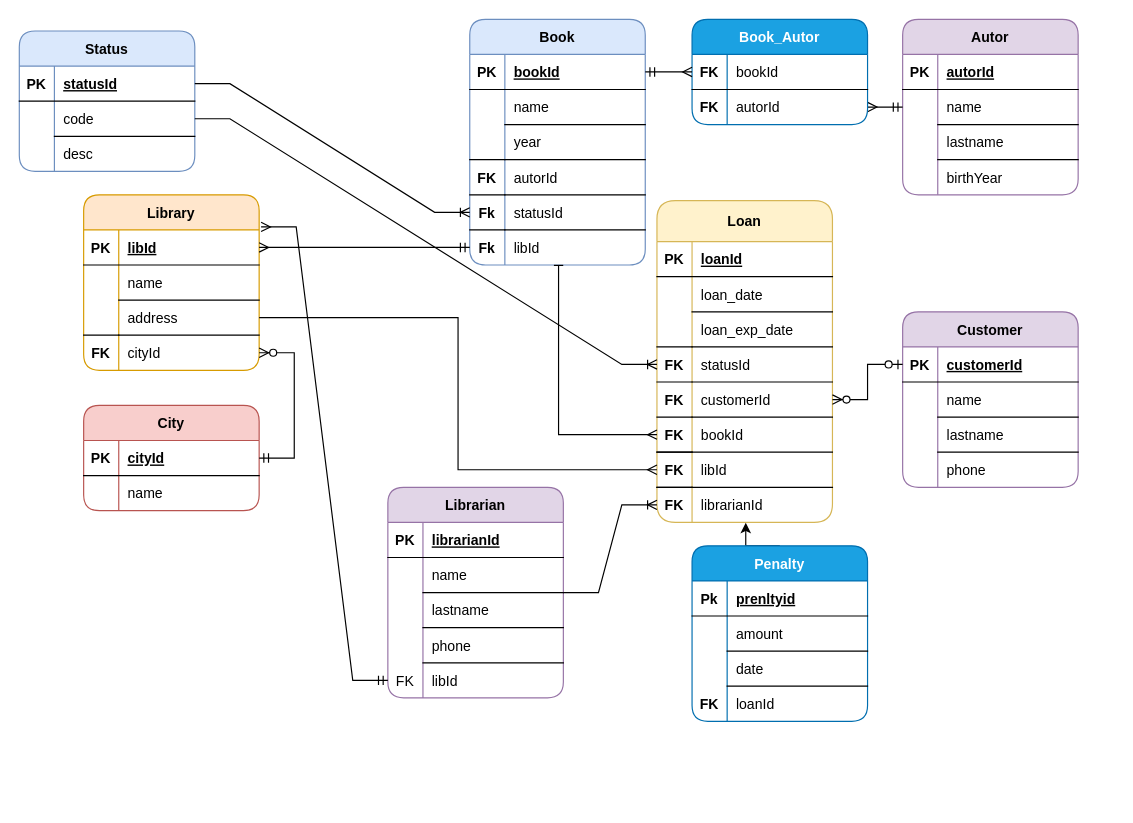
This is Диаграмма без названия.drawio from yakovenkoOV/TestDiagram, a draw.io file, before an edit. Source tidied: cells renumbered, new cells numbered last; positions are measured from the earlier drawing's top-left corner, leaving out a move shared by most shapes. Both pictures are drawn from the tidied source at 117%, with x=0, y=0 at pixel (19, 19).
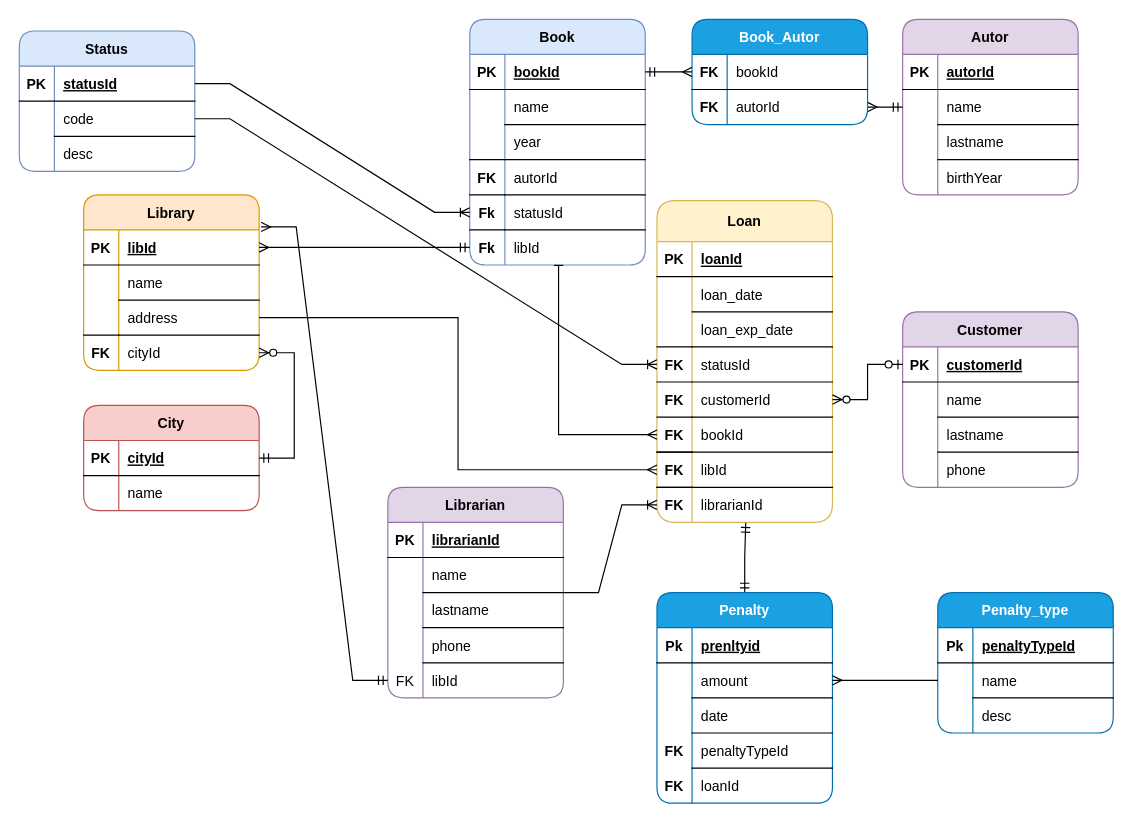
The same page after the edit.

Unchanged cells that the change refers to:
```xml
<mxCell id="128" style="shape=partialRectangle;fillColor=none;points=[[0,0.5],[1,0.5]];portConstraint=eastwest;top=0;left=0;right=0;bottom=0;" parent="106" vertex="1">
  <mxGeometry y="245" width="150" height="30" as="geometry" />
</mxCell>
<mxCell id="140" style="shape=partialRectangle;fillColor=none;points=[[0,0.5],[1,0.5]];portConstraint=eastwest;top=0;left=0;right=0;bottom=0;" parent="136" vertex="1">
  <mxGeometry y="60" width="150" height="30" as="geometry" />
</mxCell>
```

Change to the diagram source:
```diff
@@
-    <mxCell id="135" style="edgeStyle=orthogonalEdgeStyle;rounded=0;jettySize=auto;html=1;exitX=0.5;exitY=0;exitDx=0;exitDy=0;entryX=0.506;entryY=1.011;entryDx=0;entryDy=0;entryPerimeter=0;" parent="1" edge="1" source="136" target="128">
+    <mxCell id="135" style="edgeStyle=orthogonalEdgeStyle;rounded=0;jettySize=auto;html=1;exitX=0.5;exitY=0;exitDx=0;exitDy=0;entryX=0.506;entryY=1.011;entryDx=0;entryDy=0;entryPerimeter=0;endArrow=ERmandOne;endFill=0;startArrow=ERmandOne;startFill=0;" parent="1" edge="1" source="136" target="128">
       <mxGeometry relative="1" as="geometry" />
     </mxCell>
     <mxCell id="136" value="Penalty" style="shape=table;startSize=30;childLayout=tableLayout;rowLines=0;fontStyle=1;align=center;fillColor=#1ba1e2;strokeColor=#006EAF;rounded=1;fontColor=#ffffff;" parent="1" vertex="1">
-      <mxGeometry x="575" y="450" width="150" height="150" as="geometry" />
+      <mxGeometry x="545" y="490" width="150" height="180" as="geometry" />
     </mxCell>
@@
+    <mxCell id="150" style="shape=partialRectangle;fillColor=none;top=0;left=0;right=0;bottom=0;" parent="136" vertex="1">
+      <mxGeometry y="120" width="150" height="30" as="geometry" />
+    </mxCell>
+    <mxCell id="151" value="FK" style="shape=partialRectangle;overflow=hidden;fillColor=none;top=0;left=0;bottom=0;right=0;fontStyle=1;" parent="150" vertex="1">
+      <mxGeometry width="30" height="30" as="geometry" />
+    </mxCell>
+    <mxCell id="152" value="penaltyTypeId" style="shape=partialRectangle;overflow=hidden;fillColor=none;top=0;left=0;bottom=1;right=0;align=left;spacingLeft=6;" parent="150" vertex="1">
+      <mxGeometry x="30" width="120" height="30" as="geometry" />
+    </mxCell>
     <mxCell id="146" style="shape=partialRectangle;fillColor=none;top=0;left=0;right=0;bottom=0;" parent="136" vertex="1">
-      <mxGeometry y="120" width="150" height="30" as="geometry" />
+      <mxGeometry y="150" width="150" height="30" as="geometry" />
     </mxCell>
@@
+    <mxCell id="153" value="Penalty_type" style="shape=table;startSize=30;childLayout=tableLayout;rowLines=0;fontStyle=1;align=center;fillColor=#1ba1e2;strokeColor=#006EAF;rounded=1;fontColor=#ffffff;" parent="1" vertex="1">
+      <mxGeometry x="785" y="490" width="150" height="120" as="geometry" />
+    </mxCell>
+    <mxCell id="154" style="shape=partialRectangle;fillColor=none;top=0;left=0;right=0;bottom=1;" parent="153" vertex="1">
+      <mxGeometry y="30" width="150" height="30" as="geometry" />
+    </mxCell>
+    <mxCell id="155" value="Pk" style="shape=partialRectangle;overflow=hidden;fillColor=none;top=0;left=0;bottom=0;right=0;fontStyle=1;" parent="154" vertex="1">
+      <mxGeometry width="30" height="30" as="geometry" />
+    </mxCell>
+    <mxCell id="156" value="penaltyTypeId" style="shape=partialRectangle;overflow=hidden;fillColor=none;top=0;left=0;bottom=0;right=0;align=left;spacingLeft=6;fontStyle=5;" parent="154" vertex="1">
+      <mxGeometry x="30" width="120" height="30" as="geometry" />
+    </mxCell>
+    <mxCell id="157" style="shape=partialRectangle;fillColor=none;points=[[0,0.5],[1,0.5]];portConstraint=eastwest;top=0;left=0;right=0;bottom=0;" parent="153" vertex="1">
+      <mxGeometry y="60" width="150" height="30" as="geometry" />
+    </mxCell>
+    <mxCell id="158" style="shape=partialRectangle;overflow=hidden;fillColor=none;top=0;left=0;bottom=0;right=0;fontStyle=1;" parent="157" vertex="1">
+      <mxGeometry width="30" height="30" as="geometry" />
+    </mxCell>
+    <mxCell id="159" value="name" style="shape=partialRectangle;overflow=hidden;fillColor=none;top=0;left=0;bottom=1;right=0;align=left;spacingLeft=6;" parent="157" vertex="1">
+      <mxGeometry x="30" width="120" height="30" as="geometry" />
+    </mxCell>
+    <mxCell id="160" style="shape=partialRectangle;fillColor=none;top=0;left=0;right=0;bottom=0;" parent="153" vertex="1">
+      <mxGeometry y="90" width="150" height="30" as="geometry" />
+    </mxCell>
+    <mxCell id="161" style="shape=partialRectangle;overflow=hidden;fillColor=none;top=0;left=0;bottom=0;right=0;fontStyle=1;" parent="160" vertex="1">
+      <mxGeometry width="30" height="30" as="geometry" />
+    </mxCell>
+    <mxCell id="162" value="desc" style="shape=partialRectangle;overflow=hidden;fillColor=none;top=0;left=0;bottom=0;right=0;align=left;spacingLeft=6;" parent="160" vertex="1">
+      <mxGeometry x="30" width="120" height="30" as="geometry" />
+    </mxCell>
+    <mxCell id="163" style="edgeStyle=orthogonalEdgeStyle;rounded=0;jettySize=auto;html=1;exitX=0;exitY=0.5;exitDx=0;exitDy=0;entryX=1;entryY=0.5;entryDx=0;entryDy=0;endArrow=ERmany;endFill=0;" parent="1" edge="1" source="157" target="140">
+      <mxGeometry relative="1" as="geometry" />
+    </mxCell>
```
